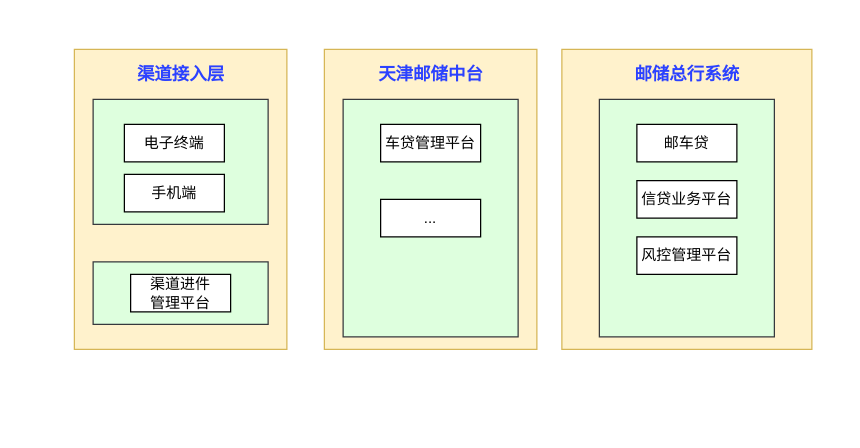
gxhslcww/scala keeps this draw.io diagram as Untitled Diagram.drawio. Above is the earlier version. Source tidied: cells renumbered, new cells numbered last; positions are measured from the earlier drawing's top-left corner, leaving out a move shared by most shapes. Both pictures are drawn from the tidied source at 125%, with x=0, y=0 at pixel (74, 49).
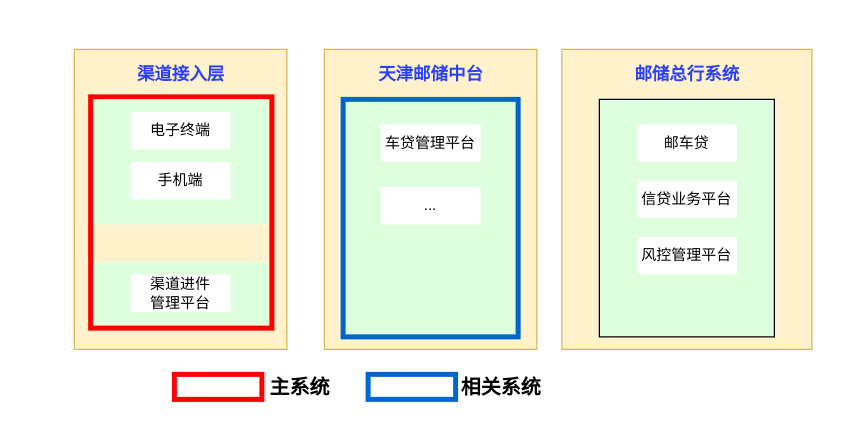
Above is the later version.

The edit, as a diff of the source:
```diff
@@
+    <mxCell id="20" style="rounded=0;whiteSpace=wrap;html=1;fontSize=16;strokeWidth=4;strokeColor=#FFFFFF;" parent="1" vertex="1">
+      <mxGeometry x="-40" y="-20" width="650" height="320" as="geometry" />
+    </mxCell>
@@
+    <mxCell id="21" style="rounded=0;whiteSpace=wrap;html=1;fontSize=14;fontColor=#ffffff;fillColor=none;strokeColor=#FF0000;strokeWidth=4;" parent="1" vertex="1">
+      <mxGeometry x="13" y="38" width="145" height="185" as="geometry" />
+    </mxCell>
@@
-    <mxCell id="5" style="rounded=0;whiteSpace=wrap;html=1;fillColor=#DEFFDE;strokeColor=#36393d;" parent="1" vertex="1">
+    <mxCell id="5" style="rounded=0;whiteSpace=wrap;html=1;fillColor=#DEFFDE;strokeColor=none;" parent="1" vertex="1">
       <mxGeometry x="15" y="40" width="140" height="100" as="geometry" />
     </mxCell>
-    <mxCell id="6" style="rounded=0;whiteSpace=wrap;html=1;fillColor=#DEFFDE;strokeColor=#36393d;" parent="1" vertex="1">
+    <mxCell id="6" style="rounded=0;whiteSpace=wrap;html=1;fillColor=#DEFFDE;strokeColor=none;" parent="1" vertex="1">
       <mxGeometry x="15" y="170" width="140" height="50" as="geometry" />
     </mxCell>
-    <mxCell id="7" value="电子终端" style="rounded=0;whiteSpace=wrap;html=1;" parent="1" vertex="1">
-      <mxGeometry x="40" y="60" width="80" height="30" as="geometry" />
+    <mxCell id="7" value="电子终端" style="rounded=0;whiteSpace=wrap;html=1;strokeColor=none;" parent="1" vertex="1">
+      <mxGeometry x="45" y="50" width="80" height="30" as="geometry" />
     </mxCell>
@@
-    <mxCell id="9" value="手机端" style="rounded=0;whiteSpace=wrap;html=1;" parent="1" vertex="1">
-      <mxGeometry x="40" y="100" width="80" height="30" as="geometry" />
+    <mxCell id="9" value="手机端" style="rounded=0;whiteSpace=wrap;html=1;strokeColor=none;" parent="1" vertex="1">
+      <mxGeometry x="45" y="90" width="80" height="30" as="geometry" />
     </mxCell>
-    <mxCell id="10" value="渠道进件&lt;br&gt;管理平台" style="rounded=0;whiteSpace=wrap;html=1;" parent="1" vertex="1">
+    <mxCell id="10" value="渠道进件&lt;br&gt;管理平台" style="rounded=0;whiteSpace=wrap;html=1;strokeColor=none;" parent="1" vertex="1">
       <mxGeometry x="45" y="180" width="80" height="30" as="geometry" />
     </mxCell>
@@
-    <mxCell id="13" style="rounded=0;whiteSpace=wrap;html=1;fillColor=#DEFFDE;strokeColor=#36393d;" parent="1" vertex="1">
+    <mxCell id="13" style="rounded=0;whiteSpace=wrap;html=1;fillColor=#DEFFDE;strokeColor=#0066CC;strokeWidth=4;" parent="1" vertex="1">
       <mxGeometry x="215" y="40" width="140" height="190" as="geometry" />
     </mxCell>
-    <mxCell id="14" style="rounded=0;whiteSpace=wrap;html=1;fillColor=#DEFFDE;strokeColor=#36393d;" parent="1" vertex="1">
+    <mxCell id="14" style="rounded=0;whiteSpace=wrap;html=1;fillColor=#DEFFDE;strokeColor=default;" parent="1" vertex="1">
       <mxGeometry x="420" y="40" width="140" height="190" as="geometry" />
     </mxCell>
-    <mxCell id="15" value="车贷管理平台" style="rounded=0;whiteSpace=wrap;html=1;" parent="1" vertex="1">
-      <mxGeometry x="245" y="60" width="80" height="30" as="geometry" />
-    </mxCell>
-    <mxCell id="16" value="邮车贷" style="rounded=0;whiteSpace=wrap;html=1;" parent="1" vertex="1">
+    <mxCell id="16" value="邮车贷" style="rounded=0;whiteSpace=wrap;html=1;strokeColor=none;" parent="1" vertex="1">
       <mxGeometry x="450" y="60" width="80" height="30" as="geometry" />
     </mxCell>
-    <mxCell id="17" value="..." style="rounded=0;whiteSpace=wrap;html=1;" parent="1" vertex="1">
-      <mxGeometry x="245" y="120" width="80" height="30" as="geometry" />
-    </mxCell>
-    <mxCell id="18" value="信贷业务平台" style="rounded=0;whiteSpace=wrap;html=1;" parent="1" vertex="1">
+    <mxCell id="18" value="信贷业务平台" style="rounded=0;whiteSpace=wrap;html=1;strokeColor=none;" parent="1" vertex="1">
       <mxGeometry x="450" y="105" width="80" height="30" as="geometry" />
     </mxCell>
-    <mxCell id="19" value="风控管理平台" style="rounded=0;whiteSpace=wrap;html=1;" parent="1" vertex="1">
+    <mxCell id="19" value="风控管理平台" style="rounded=0;whiteSpace=wrap;html=1;strokeColor=none;" parent="1" vertex="1">
       <mxGeometry x="450" y="150" width="80" height="30" as="geometry" />
     </mxCell>
+    <mxCell id="22" style="rounded=0;whiteSpace=wrap;html=1;fontSize=14;fontColor=#ffffff;fillColor=#FFFFFF;strokeColor=#FF0000;strokeWidth=4;" parent="1" vertex="1">
+      <mxGeometry x="80" y="260" width="70" height="20" as="geometry" />
+    </mxCell>
+    <mxCell id="23" value="&lt;font color=&quot;#000000&quot; size=&quot;1&quot;&gt;&lt;b style=&quot;font-size: 16px&quot;&gt;主系统&lt;/b&gt;&lt;/font&gt;" style="text;html=1;align=center;verticalAlign=middle;strokeColor=none;fillColor=none;fontSize=14;fontColor=#2B41FF;" parent="1" vertex="1">
+      <mxGeometry x="150" y="260" width="60" height="20" as="geometry" />
+    </mxCell>
+    <mxCell id="24" style="rounded=0;whiteSpace=wrap;html=1;fontSize=14;fontColor=#ffffff;fillColor=#FFFFFF;strokeColor=#0066CC;strokeWidth=4;" parent="1" vertex="1">
+      <mxGeometry x="235" y="260" width="70" height="20" as="geometry" />
+    </mxCell>
+    <mxCell id="25" value="&lt;font color=&quot;#000000&quot;&gt;&lt;span style=&quot;font-size: 16px&quot;&gt;&lt;b&gt;相关系统&lt;/b&gt;&lt;/span&gt;&lt;/font&gt;" style="text;html=1;align=center;verticalAlign=middle;strokeColor=none;fillColor=none;fontSize=14;fontColor=#2B41FF;" parent="1" vertex="1">
+      <mxGeometry x="301" y="260" width="80" height="20" as="geometry" />
+    </mxCell>
+    <mxCell id="15" value="车贷管理平台" style="rounded=0;whiteSpace=wrap;html=1;fillColor=default;strokeColor=none;" parent="1" vertex="1">
+      <mxGeometry x="245" y="60" width="80" height="30" as="geometry" />
+    </mxCell>
+    <mxCell id="17" value="..." style="rounded=0;whiteSpace=wrap;html=1;strokeColor=none;" parent="1" vertex="1">
+      <mxGeometry x="245" y="110" width="80" height="30" as="geometry" />
+    </mxCell>
```
